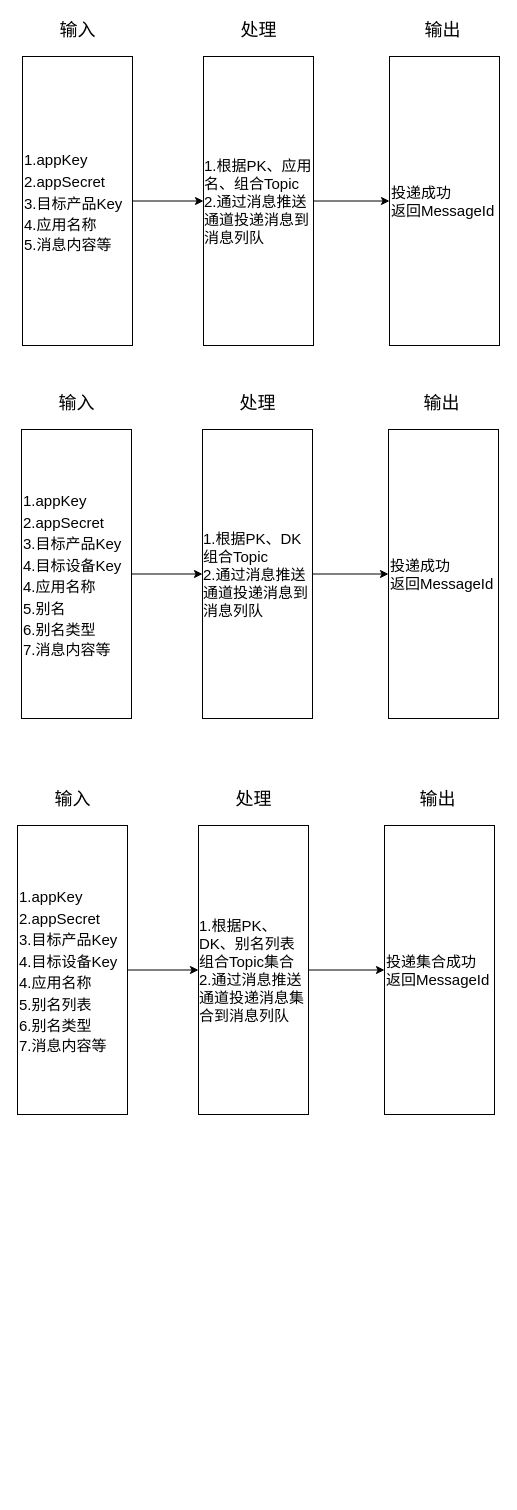
wjwzero/DesignDrawing- keeps this draw.io diagram as 设备消息解析IPO.drawio. Above is the earlier version. Source tidied: cells renumbered, new cells numbered last; positions are measured from the earlier drawing's top-left corner, leaving out a move shared by most shapes. Both pictures are drawn from the tidied source at 100%, with x=0, y=0 at pixel (17, 17).
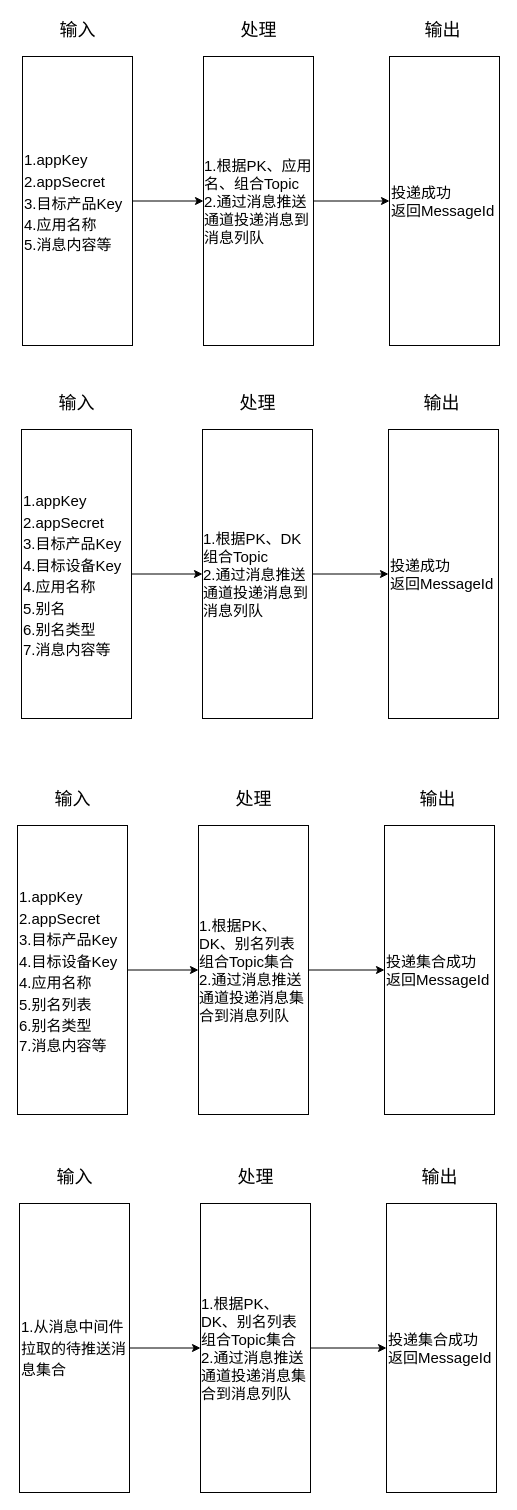
The same page after the edit.

Commit message (it also covers changes not shown here):
更新设备消息解析IPO.drawio

The edit, as a diff of the source:
```diff
@@
+    <mxCell id="38" style="group;" parent="1" vertex="1">
+      <mxGeometry x="2" y="1147" width="477" height="328" as="geometry" />
+    </mxCell>
+    <mxCell id="39" style="group;" parent="38" vertex="1">
+      <mxGeometry x="367" width="110" height="328" as="geometry" />
+    </mxCell>
+    <mxCell id="40" value="投递集合成功&lt;br&gt;返回MessageId" style="rounded=0;whiteSpace=wrap;html=1;fontSize=15;align=left;" parent="39" vertex="1">
+      <mxGeometry y="39" width="110" height="289" as="geometry" />
+    </mxCell>
+    <mxCell id="41" value="输出" style="text;html=1;align=center;verticalAlign=middle;fontSize=18;" parent="39" vertex="1">
+      <mxGeometry x="30" width="46" height="26" as="geometry" />
+    </mxCell>
+    <mxCell id="42" style="group;" parent="38" vertex="1">
+      <mxGeometry x="181" width="110" height="328" as="geometry" />
+    </mxCell>
+    <mxCell id="43" value="&lt;div style=&quot;text-align: left&quot;&gt;&lt;span&gt;1.根据PK、DK、别名列表组合Topic集合&lt;/span&gt;&lt;/div&gt;&lt;font style=&quot;font-size: 15px&quot;&gt;&lt;div style=&quot;text-align: left&quot;&gt;&lt;span&gt;2.通过消息推送通道投递消息集合到消息列队&lt;/span&gt;&lt;/div&gt;&lt;/font&gt;" style="rounded=0;whiteSpace=wrap;html=1;fontSize=15;" parent="42" vertex="1">
+      <mxGeometry y="39" width="110" height="289" as="geometry" />
+    </mxCell>
+    <mxCell id="44" value="处理" style="text;html=1;align=center;verticalAlign=middle;fontSize=18;" parent="42" vertex="1">
+      <mxGeometry x="32" width="46" height="26" as="geometry" />
+    </mxCell>
+    <mxCell id="45" style="group;" parent="38" vertex="1">
+      <mxGeometry width="110" height="328" as="geometry" />
+    </mxCell>
+    <mxCell id="46" value="&lt;font style=&quot;font-size: 15px&quot;&gt;1.从消息中间件拉取的待推送消息集合&lt;br&gt;&lt;/font&gt;" style="rounded=0;whiteSpace=wrap;html=1;fontSize=18;align=left;" parent="45" vertex="1">
+      <mxGeometry y="39" width="110" height="289" as="geometry" />
+    </mxCell>
+    <mxCell id="47" value="输入" style="text;html=1;align=center;verticalAlign=middle;fontSize=18;" parent="45" vertex="1">
+      <mxGeometry x="32" width="46" height="26" as="geometry" />
+    </mxCell>
+    <mxCell id="48" style="endArrow=classic;html=1;fontSize=18;exitX=1;exitY=0.5;exitDx=0;exitDy=0;" parent="38" edge="1" source="46" target="43">
+      <mxGeometry relative="1" as="geometry" />
+    </mxCell>
+    <mxCell id="49" style="edgeStyle=orthogonalEdgeStyle;rounded=0;jettySize=auto;html=1;exitX=1;exitY=0.5;exitDx=0;exitDy=0;entryX=0;entryY=0.5;entryDx=0;entryDy=0;endArrow=classic;endFill=1;fontSize=18;" parent="38" edge="1" source="43" target="40">
+      <mxGeometry relative="1" as="geometry" />
+    </mxCell>
```
